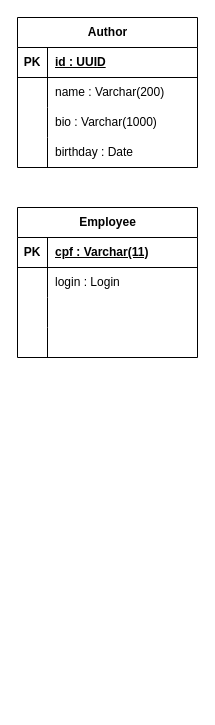
Above: docs/library.drawio in jvrss/library_backend (draw.io), before the change. Source tidied: cells renumbered, new cells numbered last; positions are measured from the earlier drawing's top-left corner, leaving out a move shared by most shapes. Both pictures are drawn from the tidied source at 100%, with x=0, y=0 at pixel (17, 17).
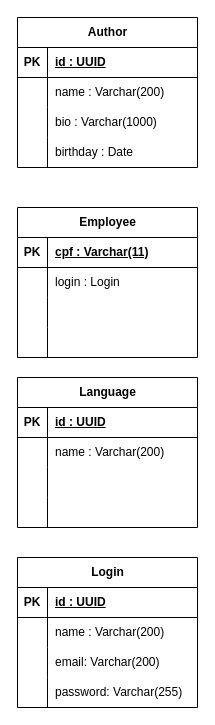
Above is the later version.

Diff of the diagram source:
```diff
@@
+    <mxCell id="28" value="Language" style="shape=table;startSize=30;childLayout=tableLayout;rowLines=0;fontStyle=1;align=center;html=1;" parent="1" vertex="1">
+      <mxGeometry y="360" width="180" height="150" as="geometry" />
+    </mxCell>
+    <mxCell id="29" style="shape=tableRow;horizontal=0;startSize=0;swimlaneHead=0;swimlaneBody=0;fillColor=none;top=0;left=0;right=0;bottom=1;" parent="28" vertex="1">
+      <mxGeometry y="30" width="180" height="30" as="geometry" />
+    </mxCell>
+    <mxCell id="30" value="PK" style="shape=partialRectangle;fillColor=none;top=0;left=0;bottom=0;right=0;fontStyle=1;overflow=hidden;whiteSpace=wrap;html=1;" parent="29" vertex="1">
+      <mxGeometry width="30" height="30" as="geometry" />
+    </mxCell>
+    <mxCell id="31" value="id : UUID" style="shape=partialRectangle;fillColor=none;top=0;left=0;bottom=0;right=0;align=left;spacingLeft=6;fontStyle=5;overflow=hidden;whiteSpace=wrap;html=1;" parent="29" vertex="1">
+      <mxGeometry x="30" width="150" height="30" as="geometry" />
+    </mxCell>
+    <mxCell id="32" style="shape=tableRow;horizontal=0;startSize=0;swimlaneHead=0;swimlaneBody=0;fillColor=none;top=0;left=0;right=0;bottom=0;" parent="28" vertex="1">
+      <mxGeometry y="60" width="180" height="30" as="geometry" />
+    </mxCell>
+    <mxCell id="33" style="shape=partialRectangle;fillColor=none;top=0;left=0;bottom=0;right=0;overflow=hidden;whiteSpace=wrap;html=1;" parent="32" vertex="1">
+      <mxGeometry width="30" height="30" as="geometry" />
+    </mxCell>
+    <mxCell id="34" value="name : Varchar(200)" style="shape=partialRectangle;fillColor=none;top=0;left=0;bottom=0;right=0;align=left;spacingLeft=6;overflow=hidden;whiteSpace=wrap;html=1;" parent="32" vertex="1">
+      <mxGeometry x="30" width="150" height="30" as="geometry" />
+    </mxCell>
+    <mxCell id="35" style="shape=tableRow;horizontal=0;startSize=0;swimlaneHead=0;swimlaneBody=0;fillColor=none;top=0;left=0;right=0;bottom=0;" parent="28" vertex="1">
+      <mxGeometry y="90" width="180" height="30" as="geometry" />
+    </mxCell>
+    <mxCell id="36" style="shape=partialRectangle;fillColor=none;top=0;left=0;bottom=0;right=0;overflow=hidden;whiteSpace=wrap;html=1;" parent="35" vertex="1">
+      <mxGeometry width="30" height="30" as="geometry" />
+    </mxCell>
+    <mxCell id="37" style="shape=partialRectangle;fillColor=none;top=0;left=0;bottom=0;right=0;align=left;spacingLeft=6;overflow=hidden;whiteSpace=wrap;html=1;" parent="35" vertex="1">
+      <mxGeometry x="30" width="150" height="30" as="geometry" />
+    </mxCell>
+    <mxCell id="38" style="shape=tableRow;horizontal=0;startSize=0;swimlaneHead=0;swimlaneBody=0;fillColor=none;top=0;left=0;right=0;bottom=0;" parent="28" vertex="1">
+      <mxGeometry y="120" width="180" height="30" as="geometry" />
+    </mxCell>
+    <mxCell id="39" style="shape=partialRectangle;fillColor=none;top=0;left=0;bottom=0;right=0;overflow=hidden;whiteSpace=wrap;html=1;" parent="38" vertex="1">
+      <mxGeometry width="30" height="30" as="geometry" />
+    </mxCell>
+    <mxCell id="40" style="shape=partialRectangle;fillColor=none;top=0;left=0;bottom=0;right=0;align=left;spacingLeft=6;overflow=hidden;whiteSpace=wrap;html=1;" parent="38" vertex="1">
+      <mxGeometry x="30" width="150" height="30" as="geometry" />
+    </mxCell>
+    <mxCell id="41" value="Login" style="shape=table;startSize=30;childLayout=tableLayout;rowLines=0;fontStyle=1;align=center;html=1;" parent="1" vertex="1">
+      <mxGeometry y="540" width="180" height="150" as="geometry" />
+    </mxCell>
+    <mxCell id="42" style="shape=tableRow;horizontal=0;startSize=0;swimlaneHead=0;swimlaneBody=0;fillColor=none;top=0;left=0;right=0;bottom=1;" parent="41" vertex="1">
+      <mxGeometry y="30" width="180" height="30" as="geometry" />
+    </mxCell>
+    <mxCell id="43" value="PK" style="shape=partialRectangle;fillColor=none;top=0;left=0;bottom=0;right=0;fontStyle=1;overflow=hidden;whiteSpace=wrap;html=1;" parent="42" vertex="1">
+      <mxGeometry width="30" height="30" as="geometry" />
+    </mxCell>
+    <mxCell id="44" value="id : UUID" style="shape=partialRectangle;fillColor=none;top=0;left=0;bottom=0;right=0;align=left;spacingLeft=6;fontStyle=5;overflow=hidden;whiteSpace=wrap;html=1;" parent="42" vertex="1">
+      <mxGeometry x="30" width="150" height="30" as="geometry" />
+    </mxCell>
+    <mxCell id="45" style="shape=tableRow;horizontal=0;startSize=0;swimlaneHead=0;swimlaneBody=0;fillColor=none;top=0;left=0;right=0;bottom=0;" parent="41" vertex="1">
+      <mxGeometry y="60" width="180" height="30" as="geometry" />
+    </mxCell>
+    <mxCell id="46" style="shape=partialRectangle;fillColor=none;top=0;left=0;bottom=0;right=0;overflow=hidden;whiteSpace=wrap;html=1;" parent="45" vertex="1">
+      <mxGeometry width="30" height="30" as="geometry" />
+    </mxCell>
+    <mxCell id="47" value="name : Varchar(200)" style="shape=partialRectangle;fillColor=none;top=0;left=0;bottom=0;right=0;align=left;spacingLeft=6;overflow=hidden;whiteSpace=wrap;html=1;" parent="45" vertex="1">
+      <mxGeometry x="30" width="150" height="30" as="geometry" />
+    </mxCell>
+    <mxCell id="48" style="shape=tableRow;horizontal=0;startSize=0;swimlaneHead=0;swimlaneBody=0;fillColor=none;top=0;left=0;right=0;bottom=0;" parent="41" vertex="1">
+      <mxGeometry y="90" width="180" height="30" as="geometry" />
+    </mxCell>
+    <mxCell id="49" style="shape=partialRectangle;fillColor=none;top=0;left=0;bottom=0;right=0;overflow=hidden;whiteSpace=wrap;html=1;" parent="48" vertex="1">
+      <mxGeometry width="30" height="30" as="geometry" />
+    </mxCell>
+    <mxCell id="50" value="email: Varchar(200)" style="shape=partialRectangle;fillColor=none;top=0;left=0;bottom=0;right=0;align=left;spacingLeft=6;overflow=hidden;whiteSpace=wrap;html=1;" parent="48" vertex="1">
+      <mxGeometry x="30" width="150" height="30" as="geometry" />
+    </mxCell>
+    <mxCell id="51" style="shape=tableRow;horizontal=0;startSize=0;swimlaneHead=0;swimlaneBody=0;fillColor=none;top=0;left=0;right=0;bottom=0;" parent="41" vertex="1">
+      <mxGeometry y="120" width="180" height="30" as="geometry" />
+    </mxCell>
+    <mxCell id="52" style="shape=partialRectangle;fillColor=none;top=0;left=0;bottom=0;right=0;overflow=hidden;whiteSpace=wrap;html=1;" parent="51" vertex="1">
+      <mxGeometry width="30" height="30" as="geometry" />
+    </mxCell>
+    <mxCell id="53" value="password: Varchar(255)" style="shape=partialRectangle;fillColor=none;top=0;left=0;bottom=0;right=0;align=left;spacingLeft=6;overflow=hidden;whiteSpace=wrap;html=1;" parent="51" vertex="1">
+      <mxGeometry x="30" width="150" height="30" as="geometry" />
+    </mxCell>
```
